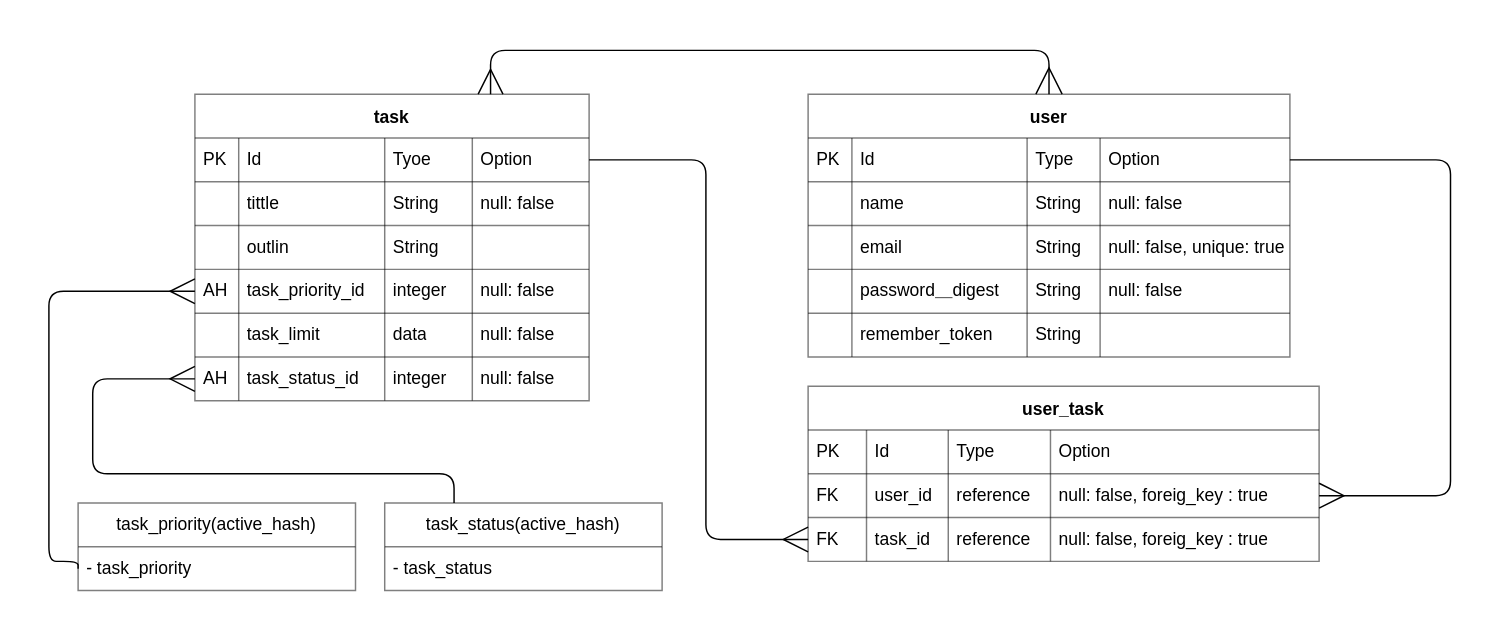
Before: myapp/ER.drawio in Fablic/training, a draw.io diagram. Source tidied: cells renumbered, new cells numbered last; positions are measured from the earlier drawing's top-left corner, leaving out a move shared by most shapes. Both pictures are drawn from the tidied source at 146%, with x=0, y=0 at pixel (48, 50).
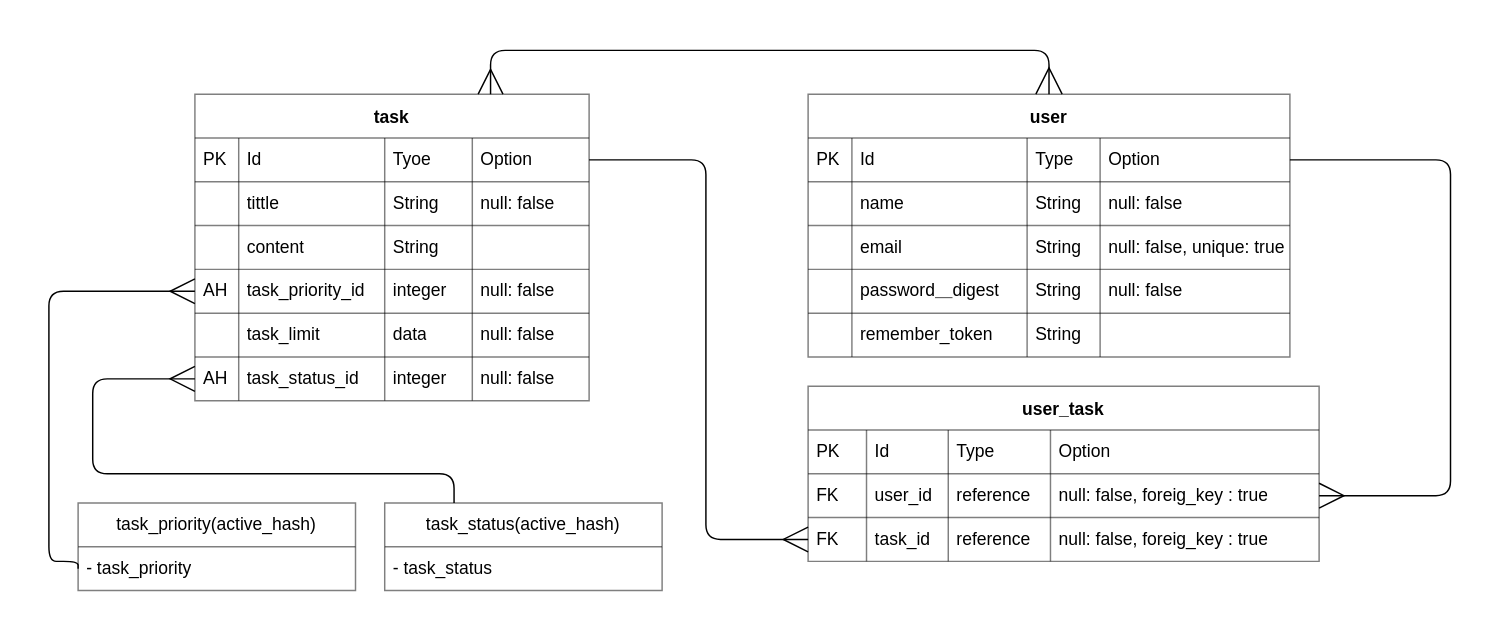
After the change.

Commit message:
step6差分-ERD修正

Unchanged cells that the change refers to:
```xml
<mxCell id="13" style="shape=tableRow;horizontal=0;startSize=0;swimlaneHead=0;swimlaneBody=0;top=0;left=0;bottom=0;right=0;fillColor=none;sketch=0;strokeWidth=1;opacity=50;" parent="2" vertex="1">
  <mxGeometry y="90" width="270" height="30" as="geometry" />
</mxCell>
```

Diff of the diagram source:
```diff
@@
-    <mxCell id="15" value="outlin" style="shape=partialRectangle;html=1;whiteSpace=wrap;fillColor=none;top=0;left=0;bottom=0;right=0;overflow=hidden;sketch=0;strokeWidth=1;opacity=50;align=left;spacingLeft=4;" parent="13" vertex="1">
+    <mxCell id="15" value="content" style="shape=partialRectangle;html=1;whiteSpace=wrap;fillColor=none;top=0;left=0;bottom=0;right=0;overflow=hidden;sketch=0;strokeWidth=1;opacity=50;align=left;spacingLeft=4;" parent="13" vertex="1">
       <mxGeometry x="30" width="100" height="30" as="geometry" />
     </mxCell>
```
